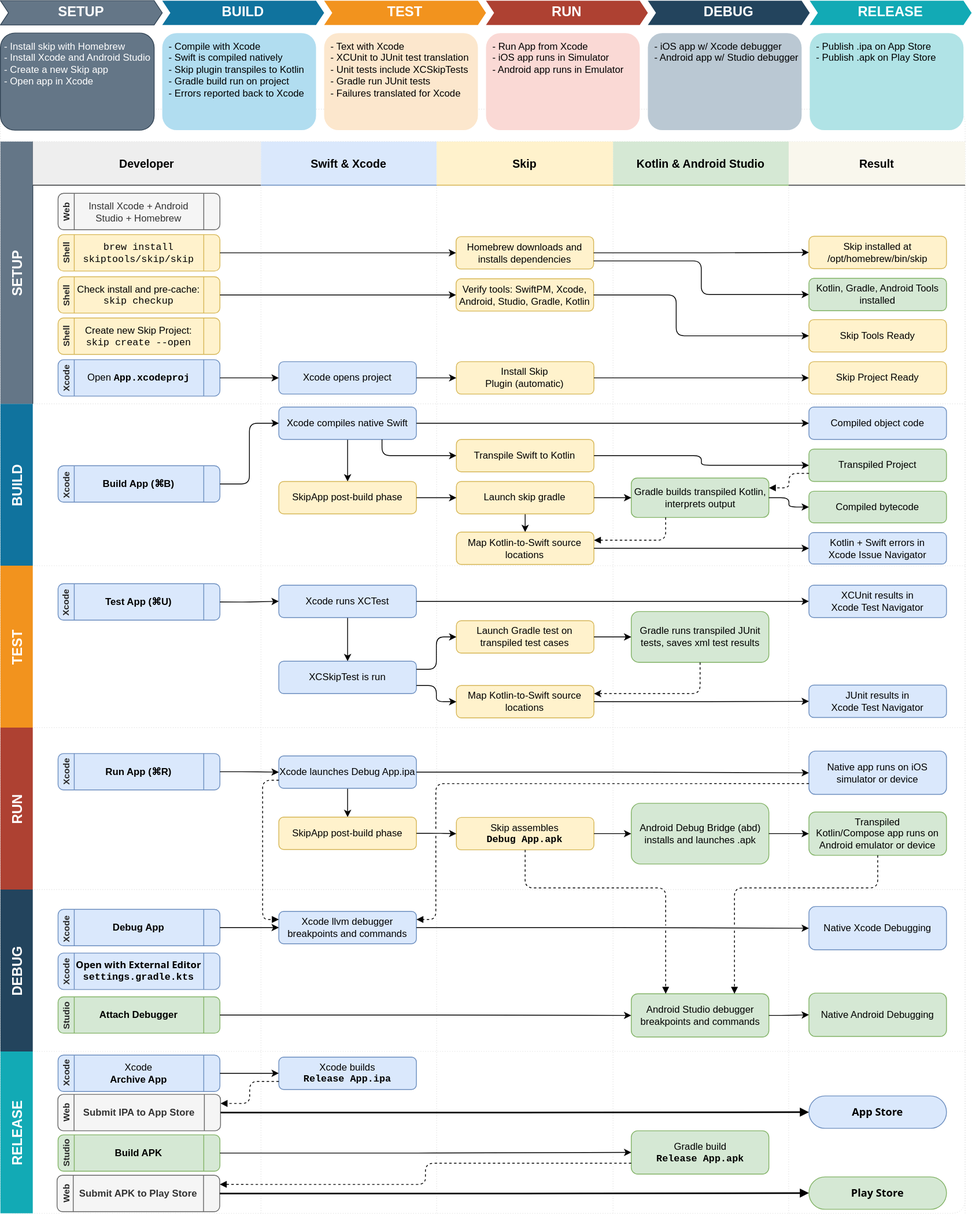
This is skip_dev_process.drawio.svg from skiptools/assets.skip.tools, a draw.io export, as it was before one commit. Source tidied: cells renumbered, new cells last; positions are measured from the earlier drawing's top-left corner, leaving out a move shared by most shapes.
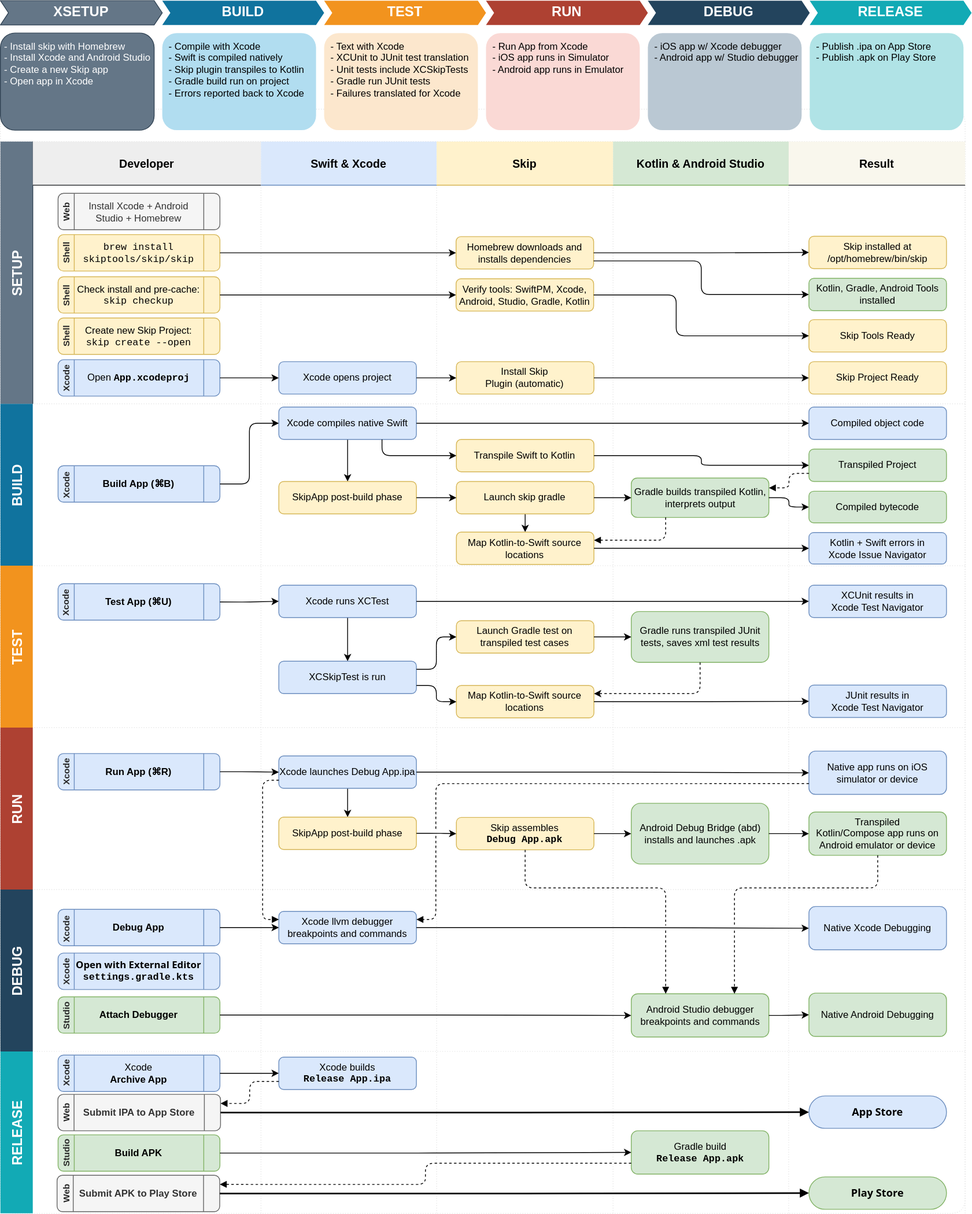
The same file after the commit.

The edit, as a diff of the source:
```diff
@@ -544,7 +544,7 @@
     <mxCell id="175" value="RELEASE" style="shape=step;perimeter=stepPerimeter;whiteSpace=wrap;html=1;fixedSize=1;size=10;fillColor=#12AAB5;strokeColor=none;fontSize=17;fontColor=#FFFFFF;fontStyle=1;align=center;rounded=0;" parent="1" vertex="1">
       <mxGeometry x="1000" width="200" height="30" as="geometry" />
     </mxCell>
-    <mxCell id="176" value="SETUP" style="shape=step;perimeter=stepPerimeter;whiteSpace=wrap;html=1;fixedSize=1;size=10;fillColor=#647687;strokeColor=#314354;fontSize=17;fontStyle=1;align=center;rounded=0;fontColor=#ffffff;" parent="1" vertex="1">
+    <mxCell id="176" value="XSETUP" style="shape=step;perimeter=stepPerimeter;whiteSpace=wrap;html=1;fixedSize=1;size=10;fillColor=#647687;strokeColor=#314354;fontSize=17;fontStyle=1;align=center;rounded=0;fontColor=#ffffff;" parent="1" vertex="1">
       <mxGeometry width="200" height="30" as="geometry" />
     </mxCell>
   </root>
```
